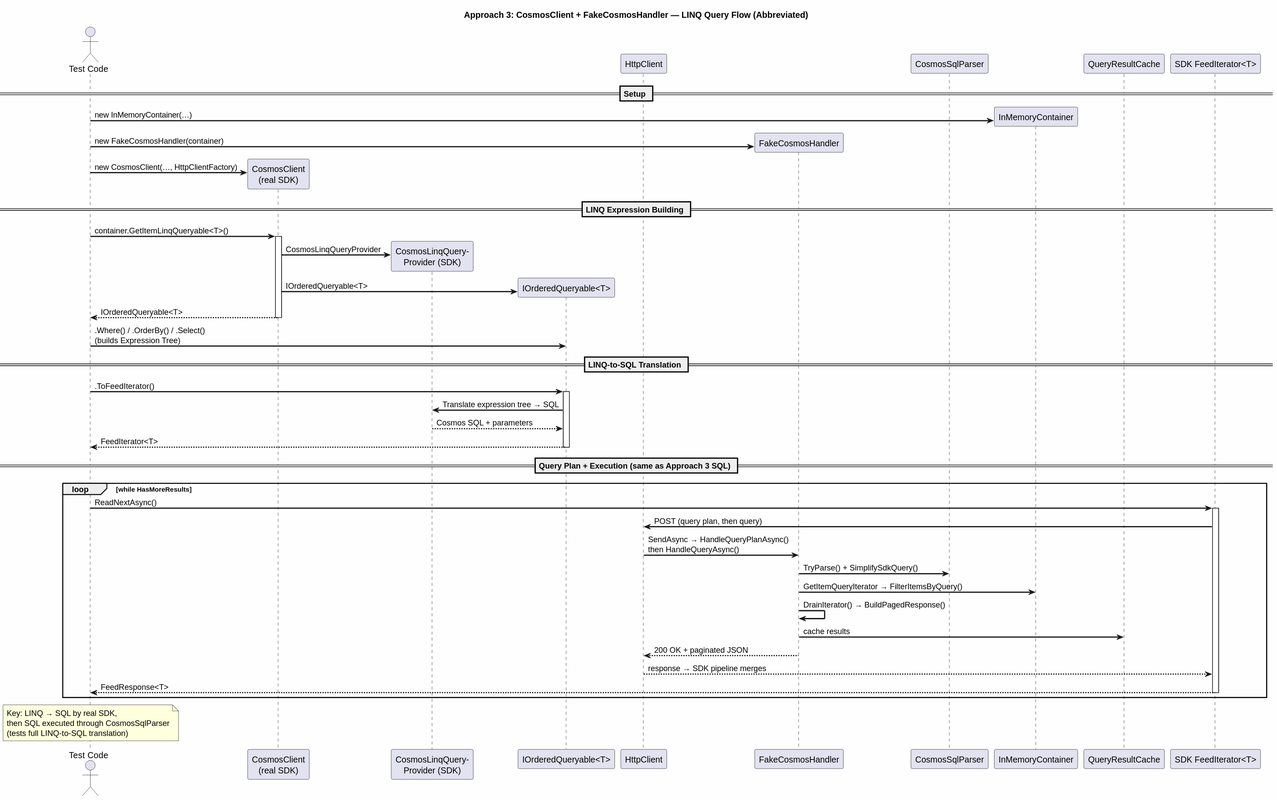
Above: plans/diagrams/abbreviated/svg/approach3-linq-abbreviated.svg in lemonlion/CosmosDB.InMemoryEmulator (PlantUML), before the change.
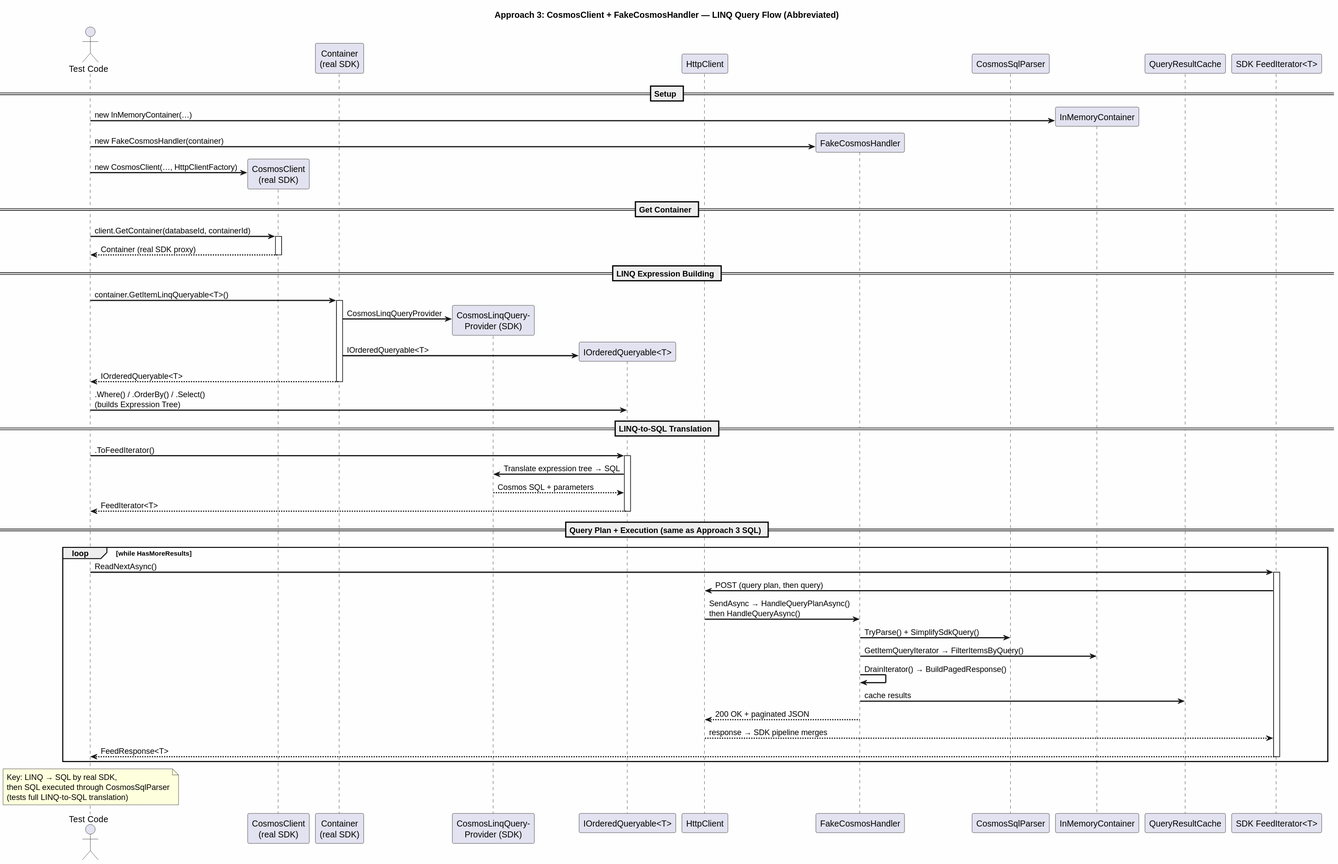
The same diagram one commit later.

Diff of the diagram source:
```diff
@@ -6,6 +6,7 @@
 
 actor "Test Code" as Test
 participant "CosmosClient\n(real SDK)" as SDK
+participant "Container\n(real SDK)" as SDKContainer
 participant "CosmosLinqQuery-\nProvider (SDK)" as LinqProvider
 participant "IOrderedQueryable<T>" as Queryable
 participant "HttpClient" as Http
@@ -20,11 +21,15 @@
 Test -> Handler ** : new FakeCosmosHandler(container)
 Test -> SDK ** : new CosmosClient(…, HttpClientFactory)
 
+== Get Container ==
+Test -> SDK ++ : client.GetContainer(databaseId, containerId)
+SDK --> Test -- : Container (real SDK proxy)
+
 == LINQ Expression Building ==
-Test -> SDK ++ : container.GetItemLinqQueryable<T>()
-SDK -> LinqProvider ** : CosmosLinqQueryProvider
-SDK -> Queryable ** : IOrderedQueryable<T>
-SDK --> Test -- : IOrderedQueryable<T>
+Test -> SDKContainer ++ : container.GetItemLinqQueryable<T>()
+SDKContainer -> LinqProvider ** : CosmosLinqQueryProvider
+SDKContainer -> Queryable ** : IOrderedQueryable<T>
+SDKContainer --> Test -- : IOrderedQueryable<T>
 
 Test -> Queryable : .Where() / .OrderBy() / .Select()\n(builds Expression Tree)
 
```
